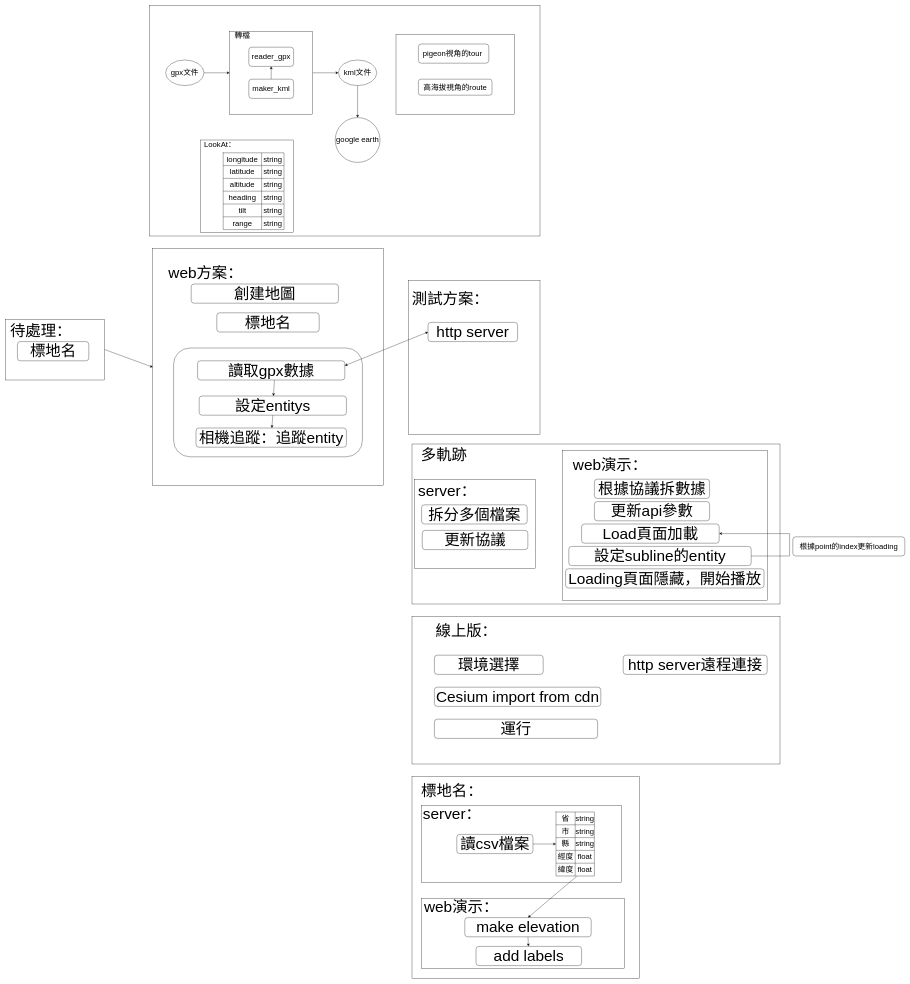
Before: 3d展示.drawio in pengzhen80/PigeonRace, a draw.io diagram. Source tidied: cells renumbered, new cells numbered last; positions are measured from the earlier drawing's top-left corner, leaving out a move shared by most shapes. Both pictures are drawn from the tidied source at 32%, with x=0, y=0 at pixel (5, 5).
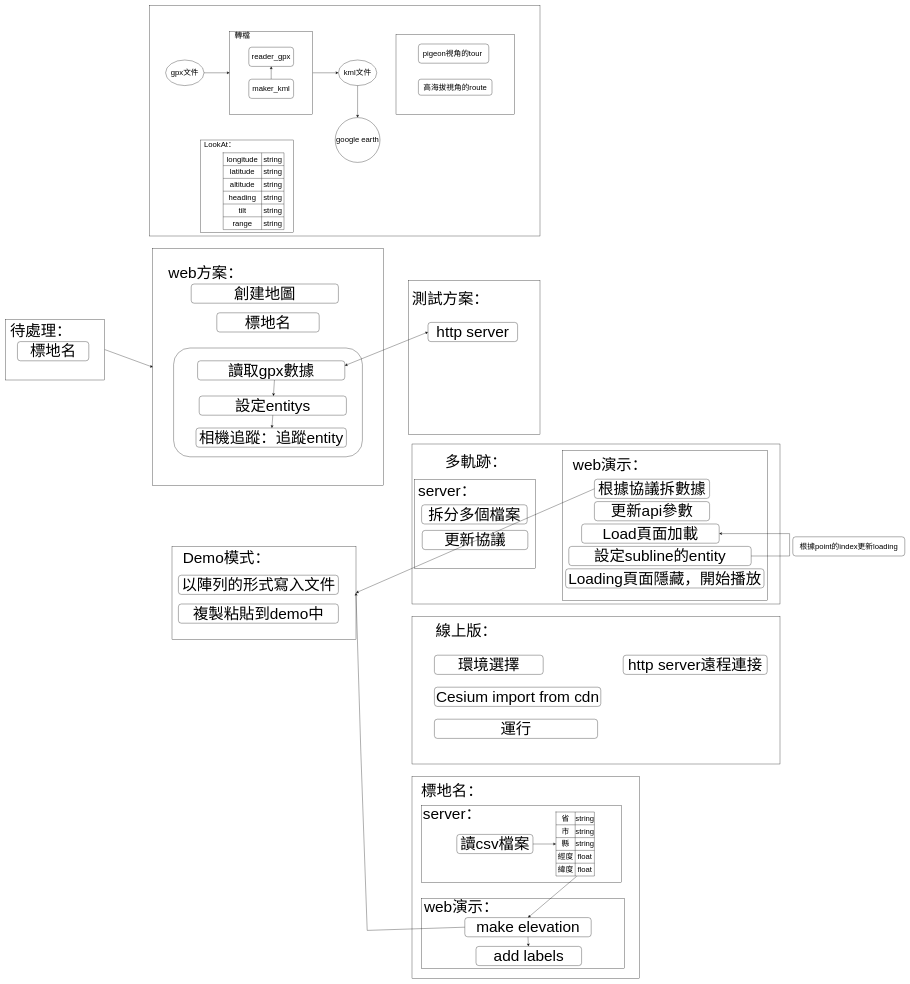
The same page after the edit.

The change refers to these unchanged cells:
```xml
<mxCell id="66" value="根據協議拆數據" style="rounded=1;whiteSpace=wrap;html=1;fontSize=48;" parent="1" vertex="1">
  <mxGeometry x="1840" y="1480" width="360" height="60" as="geometry" />
</mxCell>
<mxCell id="99" value="&lt;font style=&quot;font-size: 48px&quot;&gt;make elevation&lt;/font&gt;" style="rounded=1;whiteSpace=wrap;html=1;fontSize=24;" parent="1" vertex="1">
  <mxGeometry x="1435" y="2850" width="395" height="60" as="geometry" />
</mxCell>
```

The edit, as a diff of the source:
```diff
@@
-    <mxCell id="60" value="多軌跡" style="text;html=1;strokeColor=none;fillColor=none;align=center;verticalAlign=middle;whiteSpace=wrap;rounded=0;fontSize=48;" parent="1" vertex="1">
-      <mxGeometry x="1270" y="1390" width="200" height="30" as="geometry" />
+    <mxCell id="60" value="多軌跡：" style="text;html=1;strokeColor=none;fillColor=none;align=center;verticalAlign=middle;whiteSpace=wrap;rounded=0;fontSize=48;" parent="1" vertex="1">
+      <mxGeometry x="1270" y="1410" width="400" height="30" as="geometry" />
     </mxCell>
@@
+    <mxCell id="105" style="rounded=0;whiteSpace=wrap;html=1;fontSize=48;" parent="1" vertex="1">
+      <mxGeometry x="520" y="1690" width="575" height="290" as="geometry" />
+    </mxCell>
+    <mxCell id="106" value="Demo模式：" style="text;html=1;strokeColor=none;fillColor=none;align=center;verticalAlign=middle;whiteSpace=wrap;rounded=0;fontSize=48;" parent="1" vertex="1">
+      <mxGeometry x="530" y="1709" width="320" height="30" as="geometry" />
+    </mxCell>
+    <mxCell id="107" style="endArrow=classic;html=1;rounded=0;fontSize=48;exitX=0;exitY=0.5;exitDx=0;exitDy=0;entryX=1;entryY=0.5;entryDx=0;entryDy=0;" parent="1" edge="1" source="66" target="105">
+      <mxGeometry relative="1" as="geometry" />
+    </mxCell>
+    <mxCell id="108" style="endArrow=classic;html=1;rounded=0;fontSize=48;exitX=0;exitY=0.5;exitDx=0;exitDy=0;entryX=1;entryY=0.5;entryDx=0;entryDy=0;" parent="1" edge="1" source="99" target="105">
+      <mxGeometry relative="1" as="geometry">
+        <Array as="points">
+          <mxPoint x="1130" y="2890" />
+          <mxPoint x="1110" y="2330" />
+        </Array>
+      </mxGeometry>
+    </mxCell>
+    <mxCell id="109" value="以陣列的形式寫入文件" style="rounded=1;whiteSpace=wrap;html=1;fontSize=48;" parent="1" vertex="1">
+      <mxGeometry x="540" y="1780" width="500" height="60" as="geometry" />
+    </mxCell>
+    <mxCell id="110" value="複製粘貼到demo中" style="rounded=1;whiteSpace=wrap;html=1;fontSize=48;" parent="1" vertex="1">
+      <mxGeometry x="540" y="1870" width="500" height="60" as="geometry" />
+    </mxCell>
```
